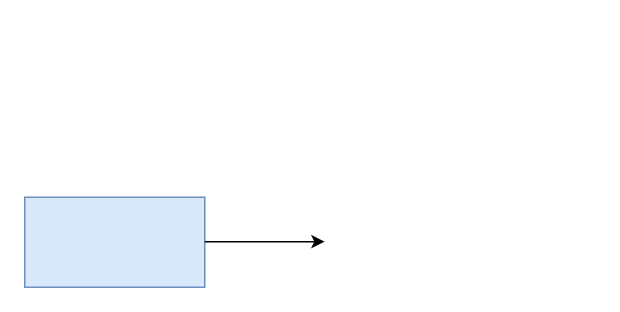
Earlier version of the draw.io diagram Untitled Diagram.drawio (pursuitzhan/drawio). Source tidied: cells renumbered, new cells numbered last; positions are measured from the earlier drawing's top-left corner, leaving out a move shared by most shapes. Both pictures are drawn from the tidied source at 150%, with x=0, y=0 at pixel (24, 196).
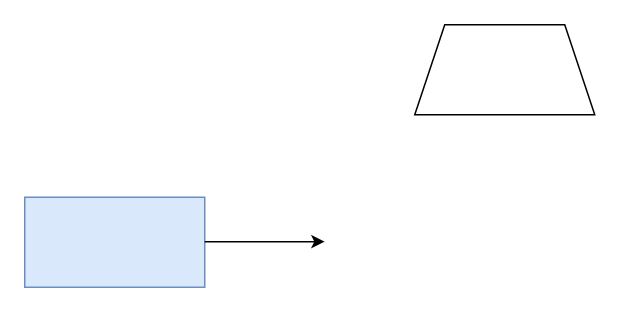
After the change.

Change to the diagram source:
```diff
@@
 <mxGraphModel background="#ffffff">
   <root>
     <mxCell id="0" />
     <mxCell id="1" parent="0" />
     <mxCell id="2" style="rounded=0;whiteSpace=wrap;html=1;fillColor=#dae8fc;strokeColor=#6c8ebf;" parent="1" vertex="1">
       <mxGeometry width="120" height="60" as="geometry" />
     </mxCell>
     <mxCell id="3" style="endArrow=classic;html=1;" parent="1" edge="1">
       <mxGeometry relative="1" as="geometry">
         <mxPoint x="120" y="29.6" as="sourcePoint" />
         <mxPoint x="200" y="29.6" as="targetPoint" />
       </mxGeometry>
     </mxCell>
+    <mxCell id="4" style="shape=trapezoid;perimeter=trapezoidPerimeter;whiteSpace=wrap;html=1;fixedSize=1;" parent="1" vertex="1">
+      <mxGeometry x="260" y="-115" width="120" height="60" as="geometry" />
+    </mxCell>
   </root>
 </mxGraphModel>
```
